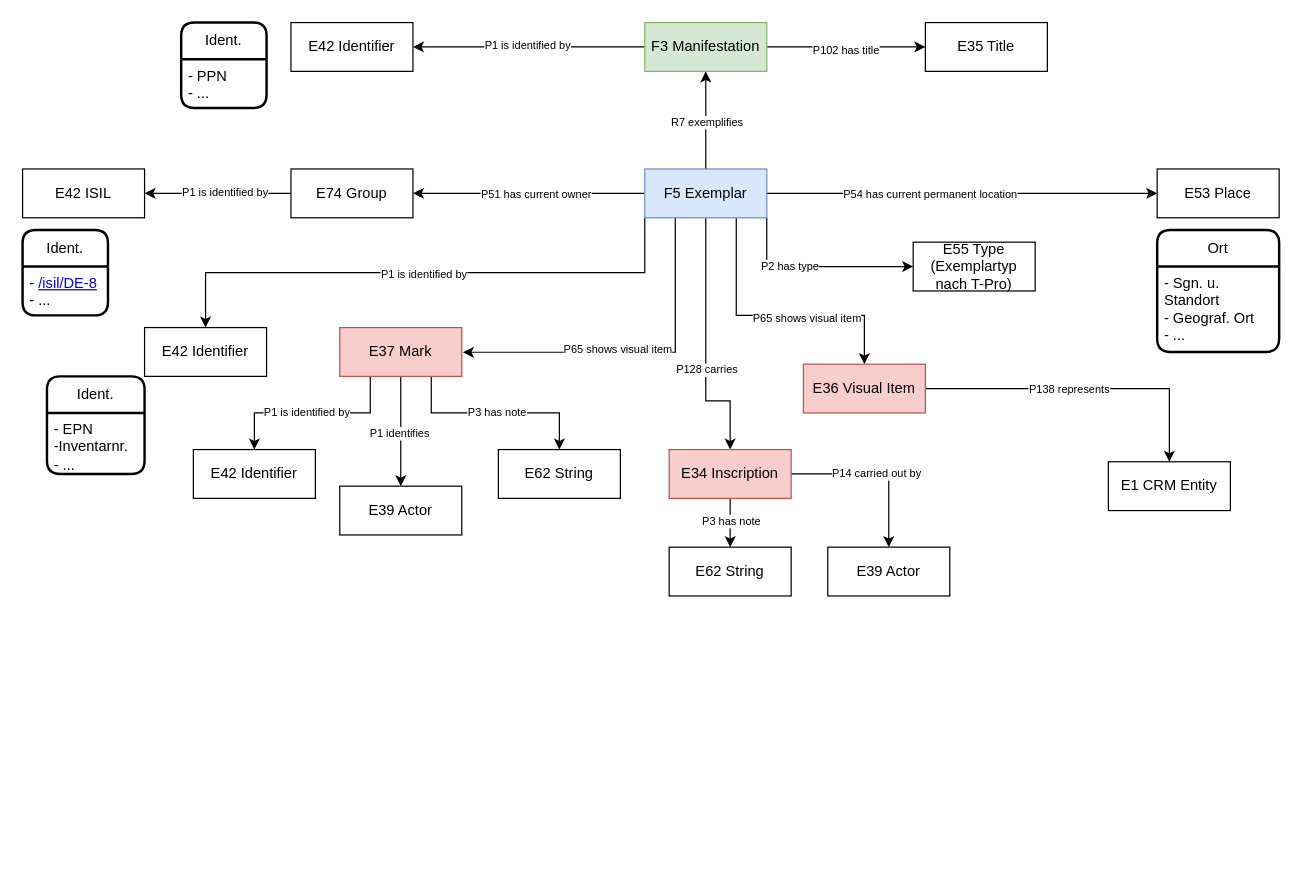
Above: domain ontology library provenance.drawio in flxfschr/library-provenance-research (draw.io), before the change. Source tidied: cells renumbered, new cells numbered last; positions are measured from the earlier drawing's top-left corner, leaving out a move shared by most shapes. Both pictures are drawn from the tidied source at 122%, with x=0, y=0 at pixel (22, 22).
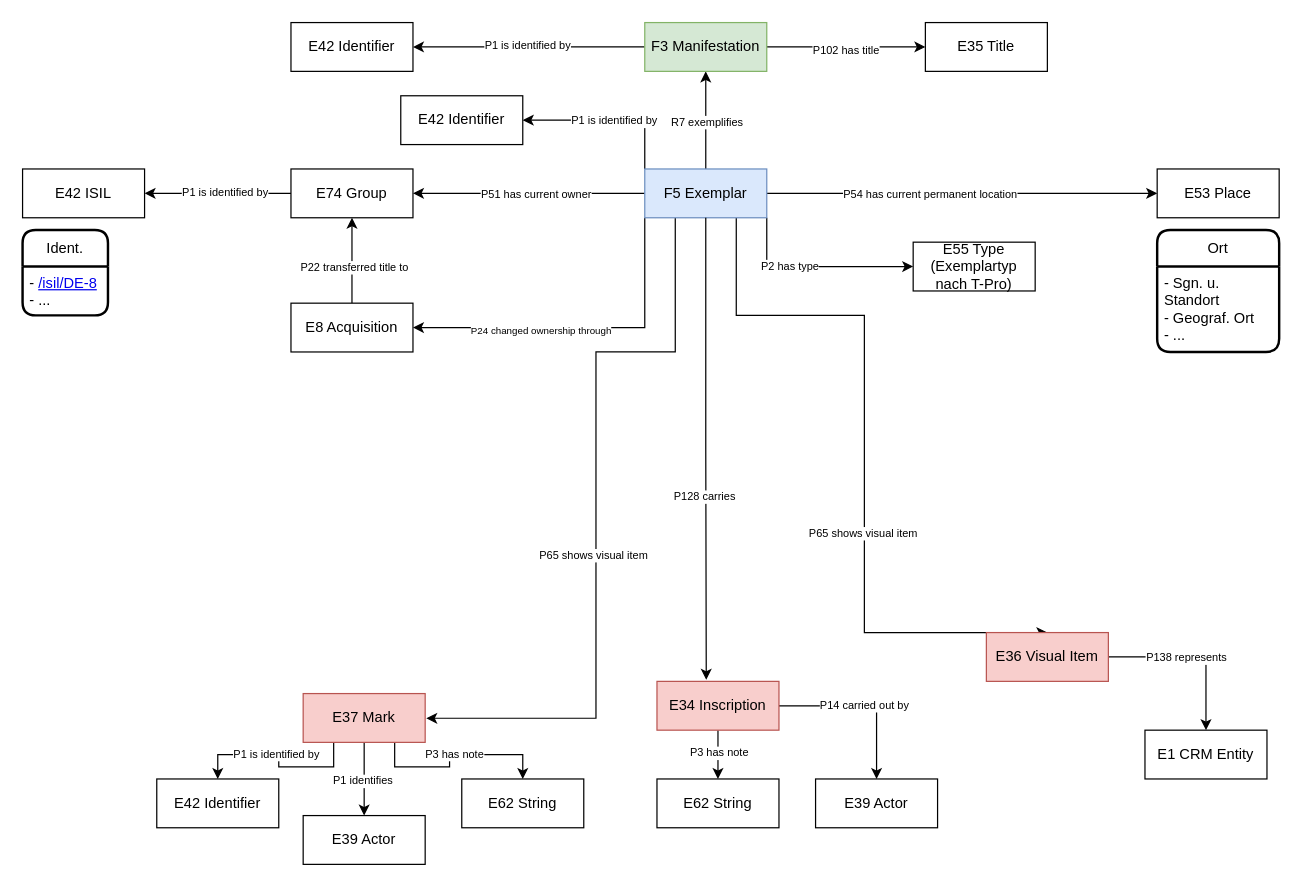
The same page after the edit.

Unchanged cells that the change refers to:
```xml
<mxCell id="18" value="F5 Exemplar" style="whiteSpace=wrap;html=1;align=center;fontSize=12;arcSize=12;fillColor=#dae8fc;strokeColor=#6c8ebf;" parent="1" vertex="1">
  <mxGeometry x="510" y="120" width="100" height="40" as="geometry" />
</mxCell>
<mxCell id="27" value="E74 Group" style="whiteSpace=wrap;html=1;align=center;fontSize=12;arcSize=12;" parent="1" vertex="1">
  <mxGeometry x="220" y="120" width="100" height="40" as="geometry" />
</mxCell>
```

What changed in the source:
```diff
@@
-    <mxCell id="8" style="edgeStyle=orthogonalEdgeStyle;rounded=0;jettySize=auto;html=1;exitX=0;exitY=1;exitDx=0;exitDy=0;entryX=0.5;entryY=0;entryDx=0;entryDy=0;fontSize=12;arcSize=12;" parent="1" edge="1" source="18" target="34">
-      <mxGeometry relative="1" as="geometry" />
-    </mxCell>
-    <mxCell id="9" value="P1 is identified by" style="edgeLabel;html=1;align=center;verticalAlign=middle;fontSize=9;arcSize=12;" parent="8" vertex="1">
-      <mxGeometry x="0.01" y="1" relative="1" as="geometry" />
-    </mxCell>
@@
     <mxCell id="12" style="edgeStyle=orthogonalEdgeStyle;rounded=0;jettySize=auto;html=1;exitX=0.25;exitY=1;exitDx=0;exitDy=0;entryX=1.009;entryY=0.506;entryDx=0;entryDy=0;entryPerimeter=0;" parent="1" edge="1" source="18" target="58">
       <mxGeometry relative="1" as="geometry">
         <Array as="points">
           <mxPoint x="535" y="270" />
-          <mxPoint x="361" y="270" />
+          <mxPoint x="470" y="270" />
+          <mxPoint x="470" y="570" />
         </Array>
       </mxGeometry>
     </mxCell>
@@
-    <mxCell id="16" style="edgeStyle=orthogonalEdgeStyle;rounded=0;jettySize=auto;html=1;exitX=0.5;exitY=1;exitDx=0;exitDy=0;entryX=0.5;entryY=0;entryDx=0;entryDy=0;" parent="1" edge="1" source="18" target="32">
-      <mxGeometry relative="1" as="geometry">
-        <Array as="points">
-          <mxPoint x="560" y="310" />
-          <mxPoint x="580" y="310" />
-        </Array>
-      </mxGeometry>
-    </mxCell>
-    <mxCell id="17" value="P128 carries" style="edgeLabel;html=1;align=center;verticalAlign=middle;fontSize=9;" parent="16" vertex="1">
-      <mxGeometry x="0.18" relative="1" as="geometry" />
-    </mxCell>
+    <mxCell id="8" style="edgeStyle=orthogonalEdgeStyle;rounded=0;jettySize=auto;html=1;exitX=0;exitY=0;exitDx=0;exitDy=0;entryX=1;entryY=0.5;entryDx=0;entryDy=0;" parent="1" edge="1" source="18" target="34">
+      <mxGeometry relative="1" as="geometry" />
+    </mxCell>
+    <mxCell id="9" value="P1 is identified by" style="edgeLabel;html=1;align=center;verticalAlign=middle;fontSize=9;" parent="8" vertex="1">
+      <mxGeometry x="-0.06" relative="1" as="geometry" />
+    </mxCell>
+    <mxCell id="62" style="edgeStyle=orthogonalEdgeStyle;rounded=0;jettySize=auto;html=1;exitX=0;exitY=1;exitDx=0;exitDy=0;entryX=1;entryY=0.5;entryDx=0;entryDy=0;" parent="1" edge="1" source="18" target="66">
+      <mxGeometry relative="1" as="geometry" />
+    </mxCell>
+    <mxCell id="63" value="&lt;font style=&quot;font-size: 8px;&quot;&gt;P24 changed ownership through&lt;/font&gt;" style="edgeLabel;html=1;align=center;verticalAlign=middle;" parent="62" vertex="1">
+      <mxGeometry x="0.26" y="1" relative="1" as="geometry" />
+    </mxCell>
@@
     <mxCell id="32" value="E34 Inscription" style="whiteSpace=wrap;html=1;align=center;fontSize=12;arcSize=12;fillColor=#f8cecc;strokeColor=#b85450;" parent="1" vertex="1">
-      <mxGeometry x="530" y="350" width="100" height="40" as="geometry" />
+      <mxGeometry x="520" y="540" width="100" height="40" as="geometry" />
     </mxCell>
     <mxCell id="33" value="E39 Actor" style="whiteSpace=wrap;html=1;align=center;fontColor=#000000;fontSize=12;arcSize=12;" parent="1" vertex="1">
-      <mxGeometry x="660" y="430" width="100" height="40" as="geometry" />
+      <mxGeometry x="650" y="620" width="100" height="40" as="geometry" />
     </mxCell>
     <mxCell id="34" value="E42 Identifier" style="whiteSpace=wrap;html=1;align=center;fontSize=12;arcSize=12;" parent="1" vertex="1">
-      <mxGeometry x="100" y="250" width="100" height="40" as="geometry" />
+      <mxGeometry x="310" y="60" width="100" height="40" as="geometry" />
     </mxCell>
@@
-    <mxCell id="36" value="Ident." style="swimlane;horizontal=1;startSize=30;rounded=1;fontSize=12;fontStyle=0;strokeWidth=2;shadow=0;dashed=0;align=center;arcSize=12;whiteSpace=wrap;html=1;" parent="1" vertex="1">
-      <mxGeometry x="20" y="290" width="80" height="80" as="geometry" />
-    </mxCell>
-    <mxCell id="37" value="- EPN&lt;br&gt;-Inventarnr.&lt;br&gt;- ..." style="align=left;strokeColor=none;fillColor=none;spacingLeft=4;spacingRight=4;fontSize=12;verticalAlign=top;html=1;whiteSpace=wrap;arcSize=12;" parent="36" vertex="1">
-      <mxGeometry y="30" width="80" height="50" as="geometry" />
-    </mxCell>
@@
     <mxCell id="40" value="E62 String" style="whiteSpace=wrap;html=1;align=center;fontColor=#000000;fontSize=12;arcSize=12;" parent="1" vertex="1">
-      <mxGeometry x="530" y="430" width="100" height="40" as="geometry" />
+      <mxGeometry x="520" y="620" width="100" height="40" as="geometry" />
     </mxCell>
@@
     <mxCell id="43" value="E36 Visual Item" style="whiteSpace=wrap;html=1;align=center;fontSize=12;arcSize=12;fillColor=#f8cecc;strokeColor=#b85450;" parent="1" vertex="1">
-      <mxGeometry x="640" y="280" width="100" height="40" as="geometry" />
+      <mxGeometry x="790" y="500" width="100" height="40" as="geometry" />
     </mxCell>
     <mxCell id="44" value="E1 CRM Entity" style="whiteSpace=wrap;html=1;align=center;fontSize=12;arcSize=12;" parent="1" vertex="1">
-      <mxGeometry x="890" y="360" width="100" height="40" as="geometry" />
+      <mxGeometry x="920" y="580" width="100" height="40" as="geometry" />
     </mxCell>
@@
-    <mxCell id="47" value="Ident." style="swimlane;horizontal=1;startSize=30;rounded=1;fontSize=12;fontStyle=0;strokeWidth=2;shadow=0;dashed=0;align=center;arcSize=12;whiteSpace=wrap;html=1;" parent="1" vertex="1">
-      <mxGeometry x="130" width="70" height="70" as="geometry" />
-    </mxCell>
-    <mxCell id="48" value="- PPN&lt;br&gt;- ..." style="align=left;strokeColor=none;fillColor=none;spacingLeft=4;spacingRight=4;fontSize=12;verticalAlign=top;html=1;whiteSpace=wrap;arcSize=12;" parent="47" vertex="1">
-      <mxGeometry y="30" width="70" height="40" as="geometry" />
-    </mxCell>
@@
     <mxCell id="58" value="E37 Mark" style="whiteSpace=wrap;html=1;align=center;fillColor=#f8cecc;strokeColor=#b85450;" parent="1" vertex="1">
-      <mxGeometry x="260" y="250" width="100" height="40" as="geometry" />
+      <mxGeometry x="230" y="550" width="100" height="40" as="geometry" />
     </mxCell>
     <mxCell id="59" value="E42 Identifier" style="whiteSpace=wrap;html=1;align=center;fontSize=12;arcSize=12;" parent="1" vertex="1">
-      <mxGeometry x="140" y="350" width="100" height="40" as="geometry" />
+      <mxGeometry x="110" y="620" width="100" height="40" as="geometry" />
     </mxCell>
     <mxCell id="60" value="&lt;span style=&quot;color: rgb(0, 0, 0);&quot;&gt;E62 String&lt;/span&gt;" style="whiteSpace=wrap;html=1;align=center;fontColor=#B3B3B3;fontSize=12;arcSize=12;" parent="1" vertex="1">
-      <mxGeometry x="390" y="350" width="100" height="40" as="geometry" />
+      <mxGeometry x="360" y="620" width="100" height="40" as="geometry" />
     </mxCell>
     <mxCell id="61" value="E39 Actor" style="whiteSpace=wrap;html=1;align=center;fontColor=#000000;fontSize=12;arcSize=12;" parent="1" vertex="1">
-      <mxGeometry x="260" y="380" width="100" height="40" as="geometry" />
+      <mxGeometry x="230" y="650" width="100" height="40" as="geometry" />
     </mxCell>
+    <mxCell id="16" style="edgeStyle=orthogonalEdgeStyle;rounded=0;jettySize=auto;html=1;exitX=0.5;exitY=1;exitDx=0;exitDy=0;entryX=0.404;entryY=-0.032;entryDx=0;entryDy=0;entryPerimeter=0;" parent="1" edge="1" source="18" target="32">
+      <mxGeometry relative="1" as="geometry" />
+    </mxCell>
+    <mxCell id="17" value="P128 carries" style="edgeLabel;html=1;align=center;verticalAlign=middle;fontSize=9;" parent="16" vertex="1">
+      <mxGeometry x="0.21" y="-2" relative="1" as="geometry" />
+    </mxCell>
+    <mxCell id="64" style="edgeStyle=orthogonalEdgeStyle;rounded=0;jettySize=auto;html=1;entryX=0.5;entryY=1;entryDx=0;entryDy=0;" parent="1" edge="1" source="66" target="27">
+      <mxGeometry relative="1" as="geometry" />
+    </mxCell>
+    <mxCell id="65" value="P22 transferred title to" style="edgeLabel;html=1;align=center;verticalAlign=middle;fontSize=9;" parent="64" vertex="1">
+      <mxGeometry x="-0.15" y="-1" relative="1" as="geometry" />
+    </mxCell>
+    <mxCell id="66" value="E8 Acquisition" style="whiteSpace=wrap;html=1;align=center;" parent="1" vertex="1">
+      <mxGeometry x="220" y="230" width="100" height="40" as="geometry" />
+    </mxCell>
```
